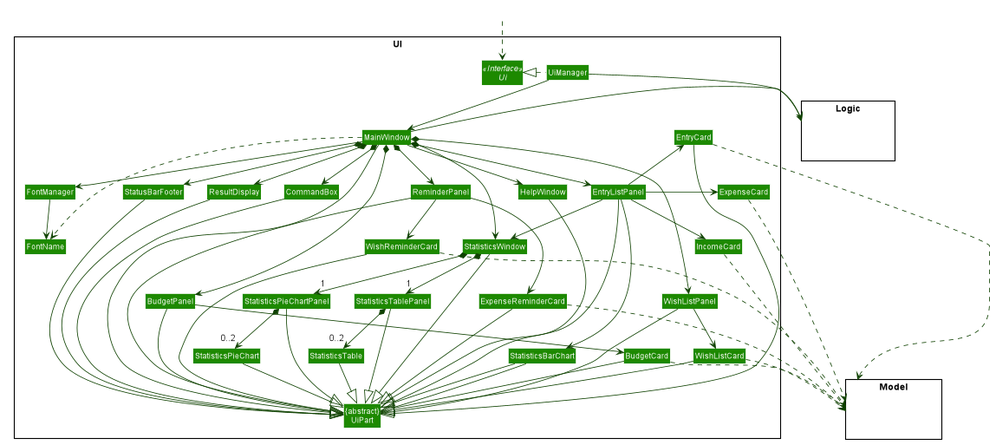
Earlier version of the PlantUML export images/UiClassDiagram.png (AY1920S1-CS2103-T16-4/main). Source of this version:
```plantuml
@startuml










skinparam BackgroundColor #FFFFFFF

skinparam Shadowing false

skinparam Class {
    FontColor #FFFFFF
    BorderThickness 1
    BorderColor #FFFFFF
    StereotypeFontColor #FFFFFF
    FontName Arial
}

skinparam Actor {
    BorderColor #000000
    Color #000000
    FontName Arial
}

skinparam Sequence {
    MessageAlign center
    BoxFontSize 15
    BoxPadding 0
    BoxFontColor #FFFFFF
    FontName Arial
}

skinparam Participant {
    FontColor #FFFFFFF
    Padding 20
}

skinparam MinClassWidth 50
skinparam ParticipantPadding 10
skinparam Shadowing false
skinparam DefaultTextAlignment center
skinparam packageStyle Rectangle

hide footbox
hide members
hide circle
skinparam arrowThickness 1.1
skinparam arrowColor #0E4100
skinparam classBackgroundColor #1D8900

package UI <<Rectangle>>{
Interface Ui <<Interface>>
Class "{abstract}\nUiPart" as UiPart
Class UiManager
Class MainWindow
Class HelpWindow
Class ResultDisplay
Class EntryListPanel
Class BudgetPanel
Class WishListPanel
Class ReminderPanel
Class EntryCard
Class ExpenseCard
Class IncomeCard
Class BudgetCard
Class WishListCard
Class ExpenseReminderCard
Class WishReminderCard
Class StatusBarFooter
Class CommandBox
Class FontName
Class FontManager
Class StatisticsWindow
Class StatisticsPieChartPanel
Class StatisticsTable
Class StatisticsPieChart
Class StatisticsTablePanel
Class StatisticsBarChart
}

package Model <<Rectangle>> {
Class HiddenModel #FFFFFF
}

package Logic <<Rectangle>> {
Class HiddenLogic #FFFFFF
}

Class HiddenOutside #FFFFFF
HiddenOutside ..> Ui

UiManager .left.|> Ui
UiManager --> MainWindow
MainWindow --> HelpWindow
MainWindow *--> CommandBox
MainWindow *--> ResultDisplay
MainWindow *--> EntryListPanel
MainWindow *--> StatisticsWindow
MainWindow *--> WishListPanel
MainWindow *--> BudgetPanel
MainWindow *--> ReminderPanel
MainWindow *--> StatusBarFooter
MainWindow --> FontManager
MainWindow ..> FontName

StatisticsWindow *-->"1" StatisticsPieChartPanel
StatisticsPieChartPanel *-->"0..2" StatisticsPieChart
StatisticsWindow *-->"1" StatisticsTablePanel
StatisticsTablePanel *-->"0..2" StatisticsTable

EntryListPanel -up-> EntryCard

EntryListPanel -right-> ExpenseCard

EntryListPanel -down-> IncomeCard

EntryListPanel --> StatisticsWindow

EntryListPanel --> StatisticsBarChart


WishListPanel --> WishListCard

BudgetPanel --> BudgetCard

ReminderPanel --> ExpenseReminderCard

ReminderPanel --> WishReminderCard

FontManager --> FontName

MainWindow --|> UiPart

ResultDisplay --|> UiPart
CommandBox --|> UiPart
EntryListPanel --|> UiPart
WishListPanel --|> UiPart
BudgetPanel --|> UiPart
ReminderPanel --|> UiPart
EntryCard --|> UiPart
WishListCard --|> UiPart
BudgetCard --|> UiPart
ExpenseReminderCard --|> UiPart
WishReminderCard --|> UiPart
StatisticsBarChart --|> UiPart
StatisticsWindow --|> UiPart
StatisticsBarChart --|> UiPart
StatisticsTable --|> UiPart
StatisticsPieChart --|> UiPart
StatisticsPieChartPanel --|> UiPart
StatisticsTablePanel --|> UiPart
StatusBarFooter -down-|> UiPart
HelpWindow -down-|> UiPart

EntryCard .down.> Model
ExpenseCard .down.> Model
IncomeCard .down.> Model
WishListCard .down.> Model
BudgetCard .down.> Model
ExpenseReminderCard .down.> Model
WishReminderCard .down.> Model

UiManager -right-> Logic
MainWindow -left-> Logic

EntryListPanel -[hidden]left- HelpWindow
EntryListPanel -[hidden]left- ReminderPanel
HelpWindow -[hidden]left- CommandBox
CommandBox -[hidden]left- ResultDisplay
ResultDisplay -[hidden]left- StatusBarFooter
StatusBarFooter -[hidden]left- FontManager

MainWindow -[hidden]-|> UiPart
@enduml
```
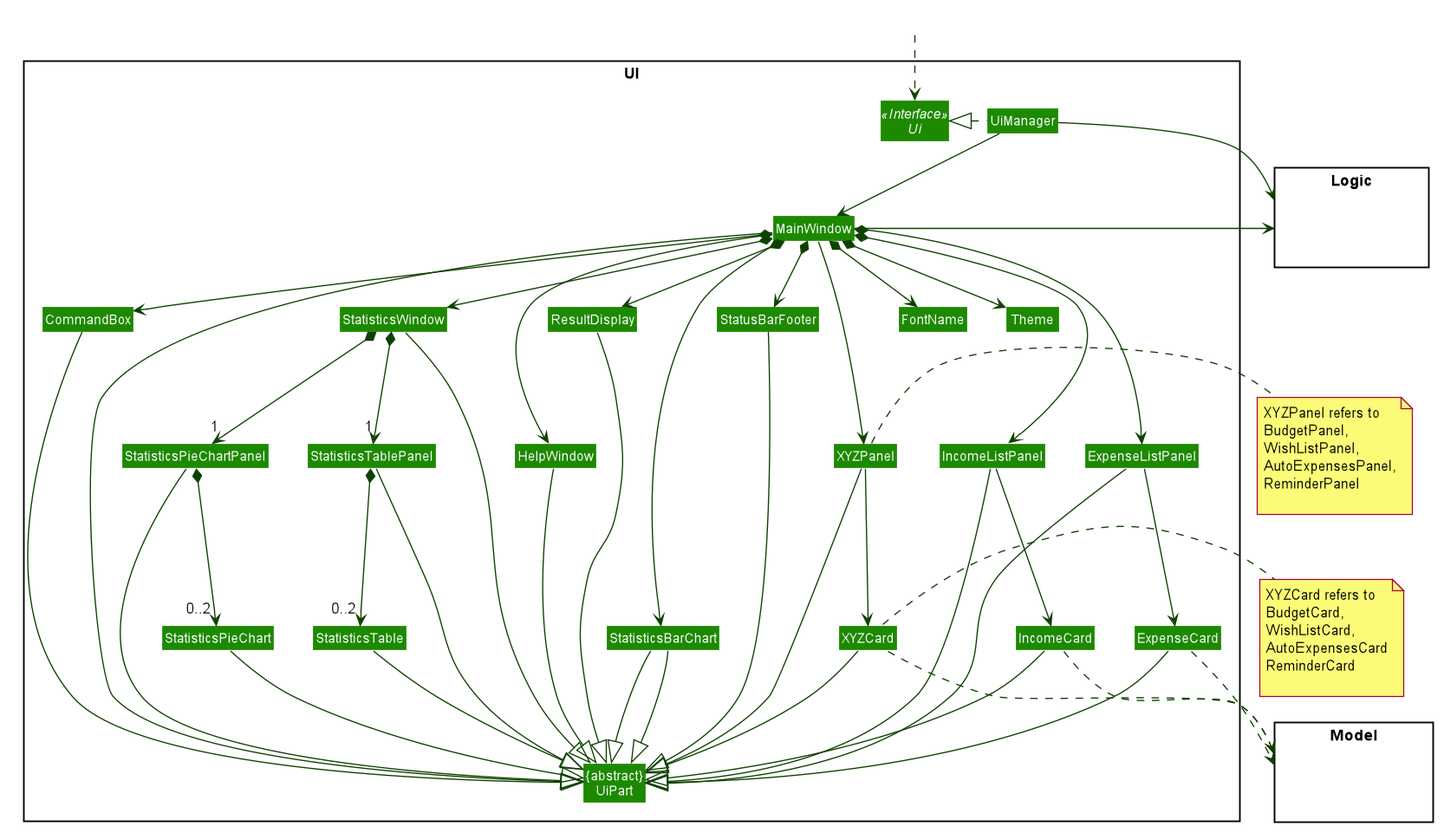
Later version of the same file.

The edit, as a diff of the source:
```diff
@@ -60,21 +60,16 @@
 Class MainWindow
 Class HelpWindow
 Class ResultDisplay
-Class EntryListPanel
-Class BudgetPanel
-Class WishListPanel
-Class ReminderPanel
-Class EntryCard
+Class ExpenseListPanel
+Class IncomeListPanel
+Class XYZPanel
 Class ExpenseCard
 Class IncomeCard
-Class BudgetCard
-Class WishListCard
-Class ExpenseReminderCard
-Class WishReminderCard
+Class XYZCard
 Class StatusBarFooter
 Class CommandBox
 Class FontName
-Class FontManager
+Class Theme
 Class StatisticsWindow
 Class StatisticsPieChartPanel
 Class StatisticsTable
@@ -99,54 +94,33 @@
 MainWindow --> HelpWindow
 MainWindow *--> CommandBox
 MainWindow *--> ResultDisplay
-MainWindow *--> EntryListPanel
+MainWindow *--> ExpenseListPanel
+MainWindow *--> IncomeListPanel
+MainWindow --> XYZPanel
 MainWindow *--> StatisticsWindow
-MainWindow *--> WishListPanel
-MainWindow *--> BudgetPanel
-MainWindow *--> ReminderPanel
 MainWindow *--> StatusBarFooter
-MainWindow --> FontManager
-MainWindow ..> FontName
+MainWindow *--> FontName
+MainWindow *--> Theme
+MainWindow *--> StatisticsBarChart
+
+ExpenseListPanel --> ExpenseCard
+IncomeListPanel --> IncomeCard
+XYZPanel --> XYZCard
 
 StatisticsWindow *-->"1" StatisticsPieChartPanel
 StatisticsPieChartPanel *-->"0..2" StatisticsPieChart
 StatisticsWindow *-->"1" StatisticsTablePanel
 StatisticsTablePanel *-->"0..2" StatisticsTable
 
-EntryListPanel -up-> EntryCard
-
-EntryListPanel -right-> ExpenseCard
-
-EntryListPanel -down-> IncomeCard
-
-EntryListPanel --> StatisticsWindow
-
-EntryListPanel --> StatisticsBarChart
-
-
-WishListPanel --> WishListCard
-
-BudgetPanel --> BudgetCard
-
-ReminderPanel --> ExpenseReminderCard
-
-ReminderPanel --> WishReminderCard
-
-FontManager --> FontName
-
 MainWindow --|> UiPart
-
 ResultDisplay --|> UiPart
 CommandBox --|> UiPart
-EntryListPanel --|> UiPart
-WishListPanel --|> UiPart
-BudgetPanel --|> UiPart
-ReminderPanel --|> UiPart
-EntryCard --|> UiPart
-WishListCard --|> UiPart
-BudgetCard --|> UiPart
-ExpenseReminderCard --|> UiPart
-WishReminderCard --|> UiPart
+ExpenseListPanel --|> UiPart
+IncomeListPanel --|> UiPart
+XYZPanel --|> UiPart
+XYZCard --|> UiPart
+ExpenseCard --|> UiPart
+IncomeCard --|> UiPart
 StatisticsBarChart --|> UiPart
 StatisticsWindow --|> UiPart
 StatisticsBarChart --|> UiPart
@@ -154,26 +128,19 @@
 StatisticsPieChart --|> UiPart
 StatisticsPieChartPanel --|> UiPart
 StatisticsTablePanel --|> UiPart
+
 StatusBarFooter -down-|> UiPart
 HelpWindow -down-|> UiPart
 
-EntryCard .down.> Model
 ExpenseCard .down.> Model
 IncomeCard .down.> Model
-WishListCard .down.> Model
-BudgetCard .down.> Model
-ExpenseReminderCard .down.> Model
-WishReminderCard .down.> Model
+XYZCard .down.> Model
 
 UiManager -right-> Logic
 MainWindow -left-> Logic
 
-EntryListPanel -[hidden]left- HelpWindow
-EntryListPanel -[hidden]left- ReminderPanel
-HelpWindow -[hidden]left- CommandBox
-CommandBox -[hidden]left- ResultDisplay
-ResultDisplay -[hidden]left- StatusBarFooter
-StatusBarFooter -[hidden]left- FontManager
 
-MainWindow -[hidden]-|> UiPart
+
+note right of XYZPanel: XYZPanel refers to\nBudgetPanel,\nWishListPanel,\nAutoExpensesPanel,\nReminderPanel\n
+note right of XYZCard: XYZCard refers to\nBudgetCard,\nWishListCard,\nAutoExpensesCard\nReminderCard\n
 @enduml
```
